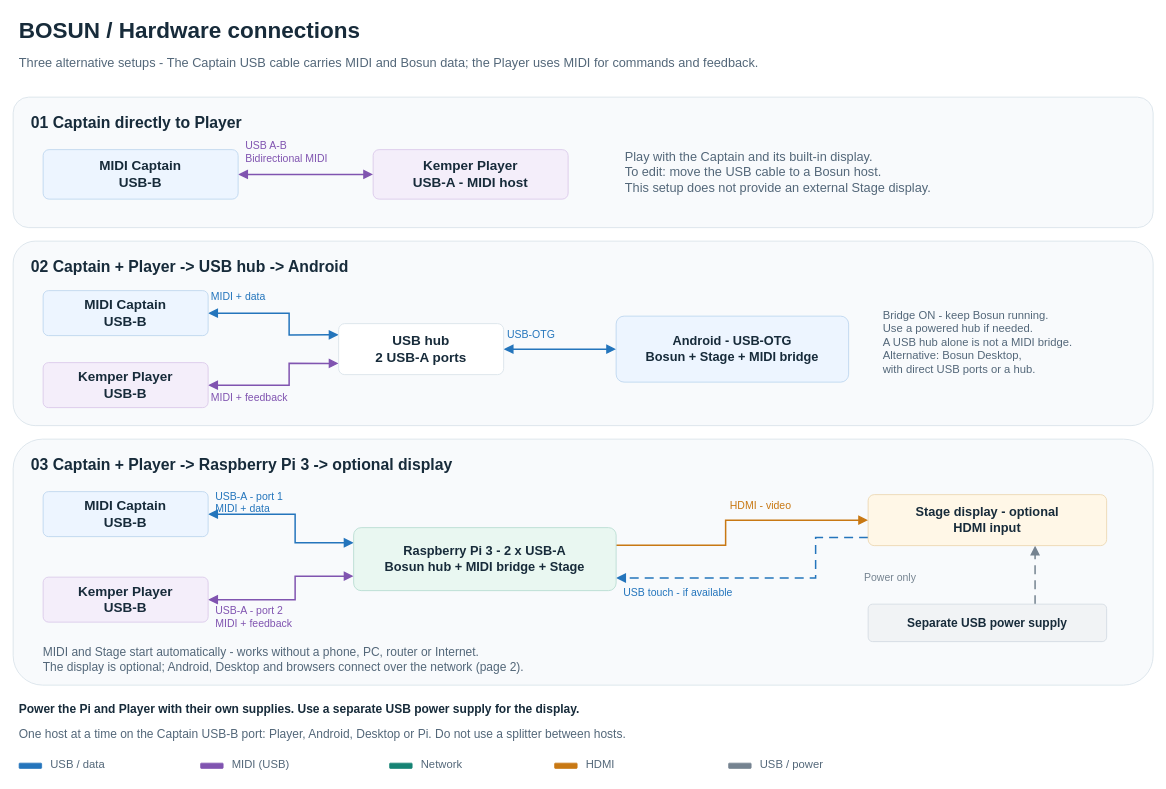
Above: page "1 - Wiring" (1 of 3) of docs/diagrams/bosun-connections.drawio in danmigdev/bosun-midi-captain (draw.io), before the change. Source tidied: cells renumbered, new cells numbered last; positions are measured from the earlier drawing's top-left corner, leaving out a move shared by most shapes. Both pictures are drawn from the tidied source at 75%, with x=0, y=0 at pixel (13, 13).
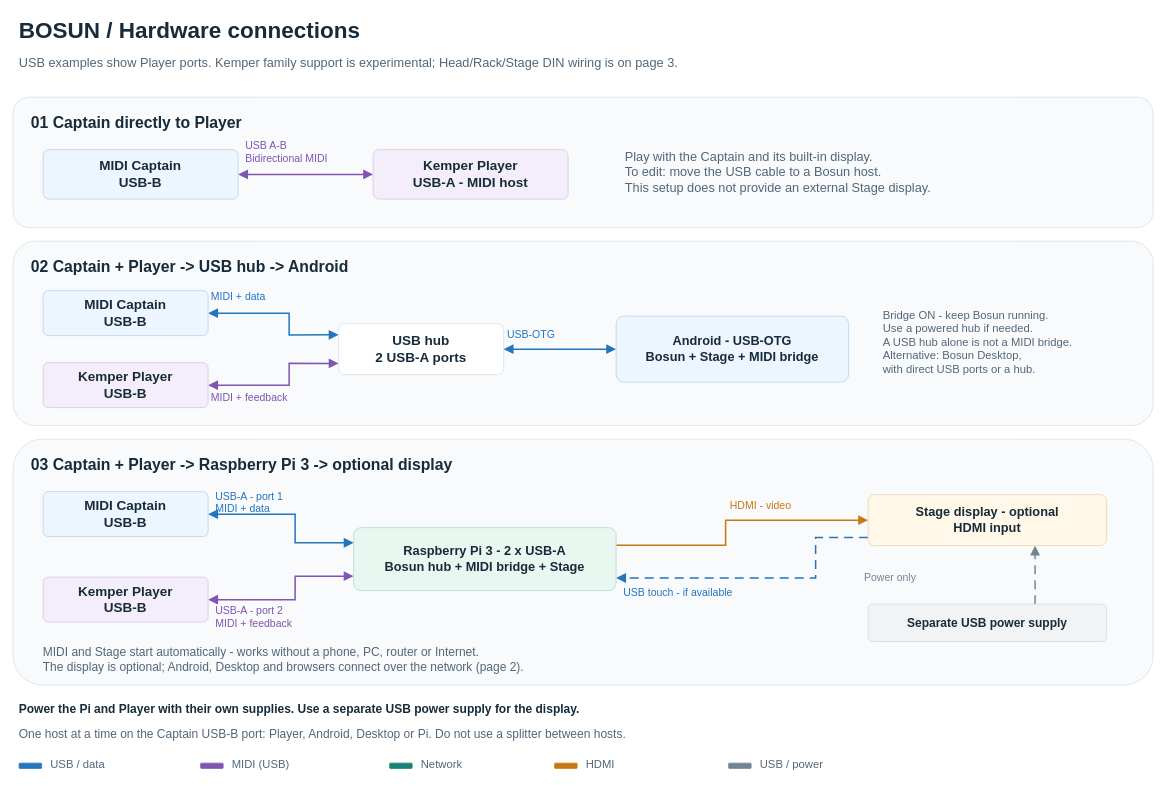
After the change.

What changed in the source:
```diff
@@
-    <mxCell id="15" value="Three alternative setups - The Captain USB cable carries MIDI and Bosun data; the Player uses MIDI for commands and feedback." style="whiteSpace=wrap;html=0;align=left;verticalAlign=middle;fontFamily=Arial;fontSize=17;fontStyle=0;fontColor=#536779;text;strokeColor=none;fillColor=none;spacing=0;" parent="1" vertex="1">
+    <mxCell id="15" value="USB examples show Player ports. Kemper family support is experimental; Head/Rack/Stage DIN wiring is on page 3." style="whiteSpace=wrap;html=0;align=left;verticalAlign=middle;fontFamily=Arial;fontSize=17;fontStyle=0;fontColor=#536779;text;strokeColor=none;fillColor=none;spacing=0;" parent="1" vertex="1">
       <mxGeometry x="8" y="52" width="1504" height="44" as="geometry" />
     </mxCell>
```
